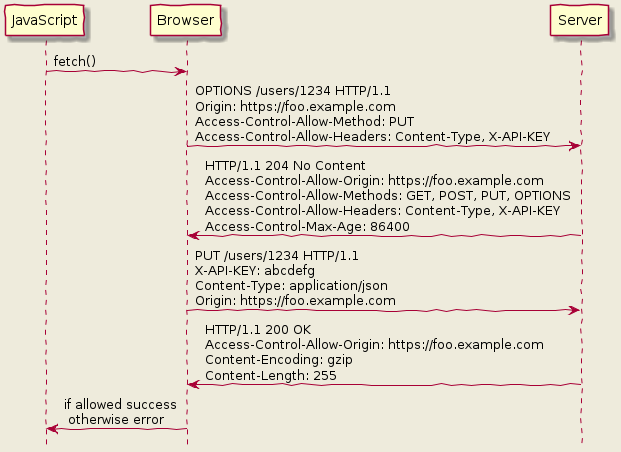
The PlantUML diagram web_basics/06_CORS/assets/preflight.png in shimopino/praha-challenges, before a commit.
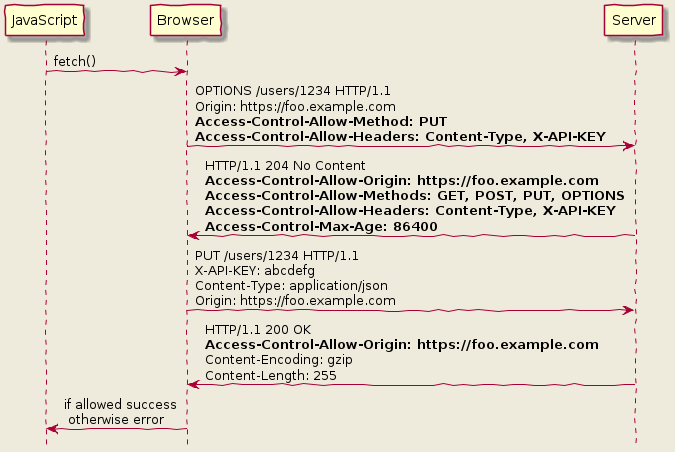
The same diagram one commit later.

Change to the diagram source:
```diff
@@ -6,13 +6,13 @@
 
 JavaScript -> Browser: fetch()
 
-Browser -> Server: OPTIONS /users/1234 HTTP/1.1 \nOrigin: https://foo.example.com \nAccess-Control-Allow-Method: PUT \nAccess-Control-Allow-Headers: Content-Type, X-API-KEY
+Browser -> Server: OPTIONS /users/1234 HTTP/1.1 \nOrigin: https://foo.example.com \n**Access-Control-Allow-Method: PUT** \n**Access-Control-Allow-Headers: Content-Type, X-API-KEY**
 
-Server -> Browser: HTTP/1.1 204 No Content \nAccess-Control-Allow-Origin: https://foo.example.com \nAccess-Control-Allow-Methods: GET, POST, PUT, OPTIONS \nAccess-Control-Allow-Headers: Content-Type, X-API-KEY \nAccess-Control-Max-Age: 86400
+Server -> Browser: HTTP/1.1 204 No Content \n**Access-Control-Allow-Origin: https://foo.example.com** \n**Access-Control-Allow-Methods: GET, POST, PUT, OPTIONS** \n**Access-Control-Allow-Headers: Content-Type, X-API-KEY** \n**Access-Control-Max-Age: 86400**
 
 Browser -> Server: PUT /users/1234 HTTP/1.1 \nX-API-KEY: abcdefg \nContent-Type: application/json \nOrigin: https://foo.example.com
 
-Server -> Browser: HTTP/1.1 200 OK \nAccess-Control-Allow-Origin: https://foo.example.com \nContent-Encoding: gzip \nContent-Length: 255
+Server -> Browser: HTTP/1.1 200 OK \n**Access-Control-Allow-Origin: https://foo.example.com** \nContent-Encoding: gzip \nContent-Length: 255
 
 Browser -> JavaScript: if allowed success \n otherwise error
 
```
